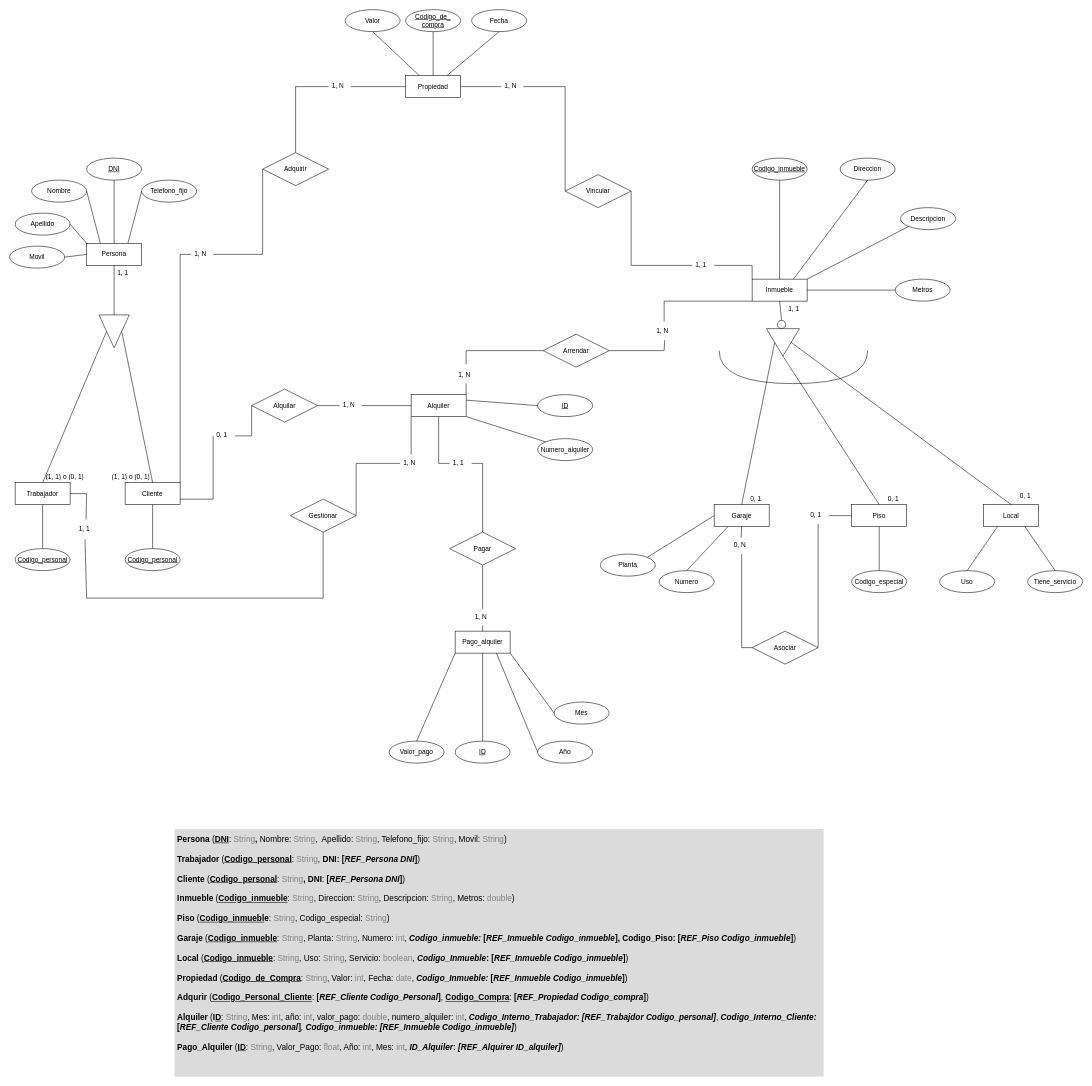
The draw.io diagram Actividad_18_C3_UD12.drawio in jordimall/jmg-tsys-ta12diagramasER-drawio-111023, before the edit. Source tidied: cells renumbered, new cells numbered last; positions are measured from the earlier drawing's top-left corner, leaving out a move shared by most shapes. Both pictures are drawn from the tidied source at 55%, with x=0, y=0 at pixel (9, 9).
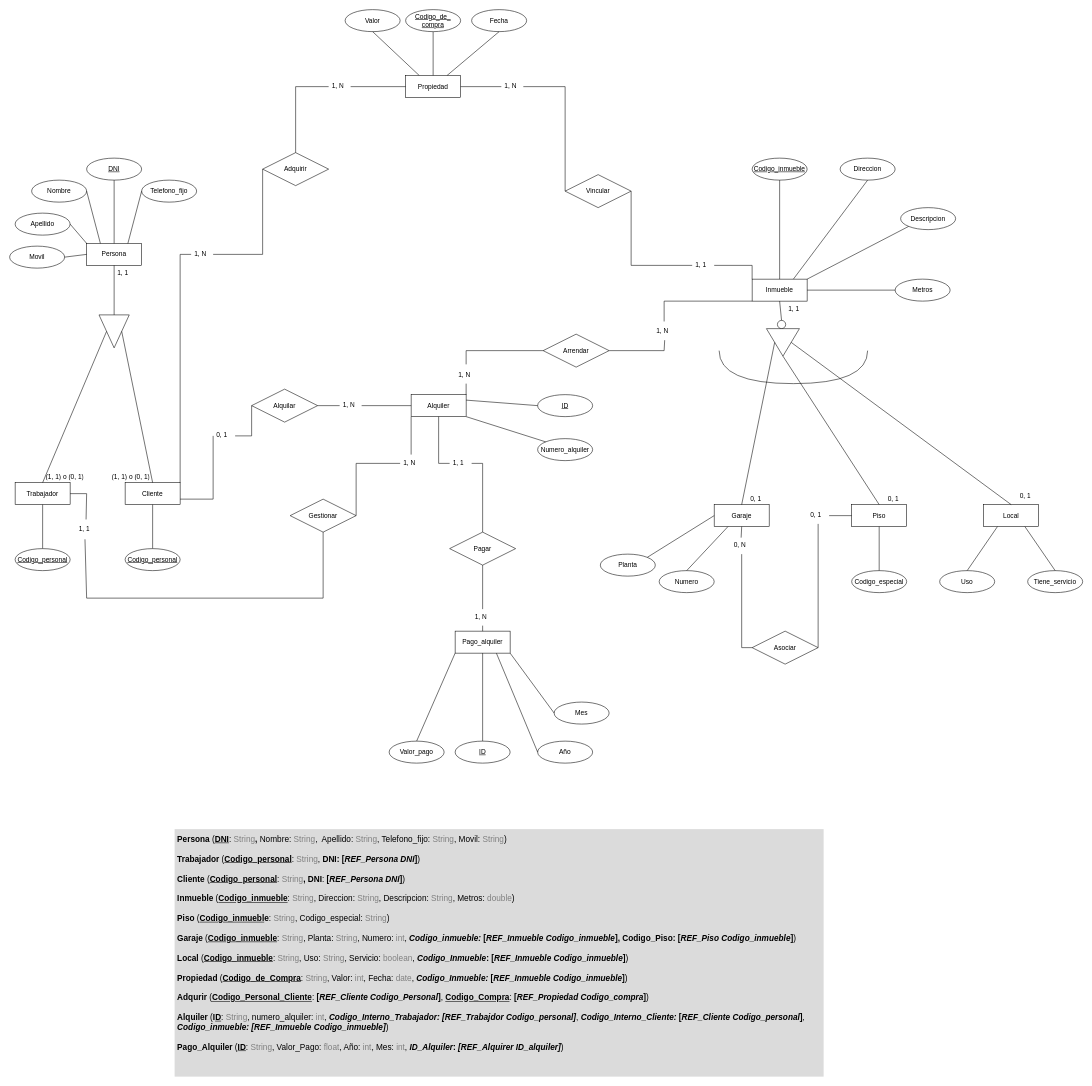
After the change.

Commit message:
Actualizado modelo relacional Alquiler.drawio

Change to the diagram source:
```diff
@@
-    <mxCell id="107" value="&lt;div style=&quot;line-height: 120%;&quot;&gt;&lt;font style=&quot;font-size: 15px;&quot;&gt;&lt;b&gt;Persona &lt;/b&gt;(&lt;u style=&quot;font-weight: bold;&quot;&gt;DNI&lt;/u&gt;:&lt;b&gt;&amp;nbsp;&lt;/b&gt;&lt;/font&gt;&lt;font style=&quot;font-size: 15px;&quot;&gt;&lt;font color=&quot;#808080&quot;&gt;String&lt;/font&gt;&lt;b&gt;,&lt;/b&gt; Nombre:&amp;nbsp;&lt;/font&gt;&lt;font color=&quot;#808080&quot;&gt;String&lt;/font&gt;&lt;font style=&quot;font-size: 15px;&quot;&gt;,&amp;nbsp; Apellido:&amp;nbsp;&lt;/font&gt;&lt;font style=&quot;font-size: 15px;&quot;&gt;&lt;font color=&quot;#808080&quot;&gt;String&lt;/font&gt;, Telefono_fijo:&amp;nbsp;&lt;/font&gt;&lt;font color=&quot;#808080&quot;&gt;String&lt;/font&gt;&lt;font style=&quot;font-size: 15px;&quot;&gt;, Movil:&amp;nbsp;&lt;/font&gt;&lt;font color=&quot;#808080&quot;&gt;String&lt;/font&gt;&lt;span style=&quot;background-color: rgb(219, 219, 219);&quot;&gt;&lt;font style=&quot;font-size: 15px;&quot;&gt;)&lt;/font&gt;&lt;/span&gt;&lt;/div&gt;&lt;div style=&quot;line-height: 120%;&quot;&gt;&lt;span style=&quot;background-color: rgb(219, 219, 219);&quot;&gt;&lt;font style=&quot;font-size: 15px;&quot;&gt;&lt;br&gt;&lt;/font&gt;&lt;/span&gt;&lt;/div&gt;&lt;div style=&quot;line-height: 120%;&quot;&gt;&lt;font style=&quot;font-size: 15px;&quot;&gt;&lt;b&gt;Trabajador &lt;/b&gt;(&lt;u&gt;&lt;b&gt;Codigo_personal&lt;/b&gt;&lt;/u&gt;: &lt;font style=&quot;&quot; color=&quot;#808080&quot;&gt;String&lt;/font&gt;, &lt;b&gt;DNI: [&lt;i&gt;REF_Persona DNI&lt;/i&gt;]&lt;/b&gt;)&lt;/font&gt;&lt;/div&gt;&lt;div style=&quot;line-height: 120%;&quot;&gt;&lt;font style=&quot;font-size: 15px;&quot;&gt;&lt;br&gt;&lt;/font&gt;&lt;/div&gt;&lt;div style=&quot;line-height: 120%;&quot;&gt;&lt;font style=&quot;font-size: 15px;&quot;&gt;&lt;b&gt;Cliente &lt;/b&gt;(&lt;/font&gt;&lt;font style=&quot;font-size: 15px;&quot;&gt;&lt;u style=&quot;font-weight: bold;&quot;&gt;Codigo_personal&lt;/u&gt;:&lt;b&gt;&amp;nbsp;&lt;/b&gt;&lt;/font&gt;&lt;font color=&quot;#808080&quot;&gt;String&lt;/font&gt;&lt;font style=&quot;font-size: 15px;&quot;&gt;&lt;b&gt;,&lt;/b&gt;&amp;nbsp;&lt;b&gt;DNI&lt;/b&gt;:&amp;nbsp;&lt;/font&gt;&lt;b&gt;[&lt;i&gt;REF_Persona DNI&lt;/i&gt;]&lt;/b&gt;&lt;span style=&quot;background-color: rgb(219, 219, 219);&quot;&gt;&lt;font style=&quot;font-size: 15px;&quot;&gt;)&lt;/font&gt;&lt;/span&gt;&lt;/div&gt;&lt;div style=&quot;line-height: 120%;&quot;&gt;&lt;span style=&quot;background-color: rgb(219, 219, 219);&quot;&gt;&lt;font style=&quot;font-size: 15px;&quot;&gt;&lt;br&gt;&lt;/font&gt;&lt;/span&gt;&lt;/div&gt;&lt;div style=&quot;line-height: 120%;&quot;&gt;&lt;font style=&quot;font-size: 15px;&quot;&gt;&lt;b&gt;Inmueble &lt;/b&gt;(&lt;u style=&quot;font-weight: bold;&quot;&gt;Codigo_inmueble&lt;/u&gt;:&amp;nbsp;&lt;/font&gt;&lt;font color=&quot;#808080&quot;&gt;String&lt;/font&gt;&lt;font style=&quot;font-size: 15px;&quot;&gt;, Direccion:&amp;nbsp;&lt;/font&gt;&lt;font color=&quot;#808080&quot;&gt;String&lt;/font&gt;&lt;font style=&quot;font-size: 15px;&quot;&gt;, Descripcion:&amp;nbsp;&lt;/font&gt;&lt;font color=&quot;#808080&quot;&gt;String&lt;/font&gt;&lt;span style=&quot;background-color: rgb(219, 219, 219);&quot;&gt;&lt;font style=&quot;font-size: 15px;&quot;&gt;, Metros: &lt;font color=&quot;#808080&quot;&gt;double&lt;/font&gt;)&lt;/font&gt;&lt;/span&gt;&lt;/div&gt;&lt;div style=&quot;line-height: 120%;&quot;&gt;&lt;span style=&quot;background-color: rgb(219, 219, 219);&quot;&gt;&lt;font style=&quot;font-size: 15px;&quot;&gt;&lt;br&gt;&lt;/font&gt;&lt;/span&gt;&lt;/div&gt;&lt;div style=&quot;line-height: 120%;&quot;&gt;&lt;font style=&quot;font-size: 15px;&quot;&gt;&lt;b&gt;Piso &lt;/b&gt;(&lt;u style=&quot;font-weight: bold;&quot;&gt;Codigo_inmuebl&lt;/u&gt;&lt;b&gt;e&lt;/b&gt;:&lt;b&gt;&amp;nbsp;&lt;/b&gt;&lt;/font&gt;&lt;font style=&quot;&quot; color=&quot;#808080&quot;&gt;String&lt;/font&gt;&lt;font style=&quot;font-size: 15px;&quot;&gt;, Codigo_especial:&amp;nbsp;&lt;/font&gt;&lt;font color=&quot;#808080&quot;&gt;String&lt;/font&gt;&lt;span style=&quot;background-color: rgb(219, 219, 219);&quot;&gt;&lt;font style=&quot;font-size: 15px;&quot;&gt;)&lt;/font&gt;&lt;/span&gt;&lt;/div&gt;&lt;div style=&quot;line-height: 120%;&quot;&gt;&lt;span style=&quot;background-color: rgb(219, 219, 219);&quot;&gt;&lt;font style=&quot;font-size: 15px;&quot;&gt;&lt;br&gt;&lt;/font&gt;&lt;/span&gt;&lt;/div&gt;&lt;div style=&quot;line-height: 120%;&quot;&gt;&lt;font style=&quot;font-size: 15px;&quot;&gt;&lt;b&gt;Garaje &lt;/b&gt;(&lt;u style=&quot;font-weight: bold;&quot;&gt;Codigo_inmueble&lt;/u&gt;:&amp;nbsp;&lt;/font&gt;&lt;font style=&quot;&quot; color=&quot;#808080&quot;&gt;String&lt;/font&gt;&lt;font style=&quot;font-size: 15px;&quot;&gt;, Planta:&amp;nbsp;&lt;/font&gt;&lt;font color=&quot;#808080&quot;&gt;String&lt;/font&gt;&lt;font style=&quot;font-size: 15px;&quot;&gt;, Numero: &lt;font color=&quot;#808080&quot;&gt;int&lt;/font&gt;, &lt;i&gt;&lt;b&gt;Codigo_inmueble:&amp;nbsp;&lt;/b&gt;&lt;/i&gt;&lt;/font&gt;&lt;b&gt;[&lt;i&gt;REF_Inmueble Codigo_inmueble&lt;/i&gt;], Codigo_Piso: [&lt;i&gt;REF_Piso Codigo_inmueble&lt;/i&gt;]&lt;/b&gt;&lt;span style=&quot;background-color: rgb(219, 219, 219);&quot;&gt;&lt;font style=&quot;font-size: 15px;&quot;&gt;)&lt;/font&gt;&lt;/span&gt;&lt;/div&gt;&lt;div style=&quot;line-height: 120%;&quot;&gt;&lt;span style=&quot;background-color: rgb(219, 219, 219);&quot;&gt;&lt;font style=&quot;font-size: 15px;&quot;&gt;&lt;br&gt;&lt;/font&gt;&lt;/span&gt;&lt;/div&gt;&lt;div style=&quot;line-height: 120%;&quot;&gt;&lt;font style=&quot;font-size: 15px;&quot;&gt;&lt;b&gt;Local &lt;/b&gt;(&lt;u style=&quot;font-weight: bold;&quot;&gt;Codigo_inmueble&lt;/u&gt;:&amp;nbsp;&lt;/font&gt;&lt;font style=&quot;&quot; color=&quot;#808080&quot;&gt;String&lt;/font&gt;&lt;font style=&quot;font-size: 15px;&quot;&gt;, Uso: &lt;font color=&quot;#808080&quot;&gt;String&lt;/font&gt;, Servicio: &lt;font color=&quot;#808080&quot;&gt;boolean&lt;/font&gt;, &lt;b&gt;&lt;i&gt;Codigo_Inmueble&lt;/i&gt;:&amp;nbsp;&lt;/b&gt;&lt;/font&gt;&lt;b&gt;[&lt;i&gt;REF_Inmueble Codigo_inmueble&lt;/i&gt;]&lt;/b&gt;&lt;span style=&quot;background-color: rgb(219, 219, 219);&quot;&gt;&lt;font style=&quot;font-size: 15px;&quot;&gt;)&amp;nbsp;&lt;/font&gt;&lt;/span&gt;&lt;/div&gt;&lt;div style=&quot;line-height: 120%;&quot;&gt;&lt;span style=&quot;background-color: rgb(219, 219, 219);&quot;&gt;&lt;font style=&quot;font-size: 15px;&quot;&gt;&lt;br&gt;&lt;/font&gt;&lt;/span&gt;&lt;/div&gt;&lt;div style=&quot;line-height: 120%;&quot;&gt;&lt;font style=&quot;font-size: 15px;&quot;&gt;&lt;b&gt;Propiedad &lt;/b&gt;(&lt;b&gt;&lt;u&gt;Codigo_de_Compra&lt;/u&gt;&lt;/b&gt;:&amp;nbsp;&lt;/font&gt;&lt;font style=&quot;&quot; color=&quot;#808080&quot;&gt;String&lt;/font&gt;&lt;font style=&quot;font-size: 15px;&quot;&gt;, Valor: &lt;font color=&quot;#808080&quot;&gt;int&lt;/font&gt;, Fecha: &lt;font color=&quot;#808080&quot;&gt;date&lt;/font&gt;, &lt;i&gt;&lt;b&gt;Codigo_Inmueble:&amp;nbsp;&lt;/b&gt;&lt;/i&gt;&lt;/font&gt;&lt;b&gt;[&lt;i&gt;REF_Inmueble Codigo_inmueble&lt;/i&gt;]&lt;/b&gt;&lt;span style=&quot;background-color: rgb(219, 219, 219);&quot;&gt;&lt;font style=&quot;font-size: 15px;&quot;&gt;)&lt;/font&gt;&lt;/span&gt;&lt;/div&gt;&lt;div style=&quot;line-height: 120%;&quot;&gt;&lt;span style=&quot;background-color: rgb(219, 219, 219);&quot;&gt;&lt;font style=&quot;font-size: 15px;&quot;&gt;&lt;br&gt;&lt;/font&gt;&lt;/span&gt;&lt;/div&gt;&lt;div style=&quot;line-height: 120%;&quot;&gt;&lt;b&gt;Adqurir &lt;/b&gt;(&lt;u style=&quot;font-weight: bold;&quot;&gt;Codigo_Personal_Cliente&lt;/u&gt;: &lt;b&gt;[&lt;i&gt;REF_Cliente Codigo_Personal&lt;/i&gt;]&lt;/b&gt;, &lt;u style=&quot;font-weight: bold;&quot;&gt;Codigo_Compra&lt;/u&gt;: &lt;b&gt;[&lt;i&gt;REF_Propiedad Codigo_compra&lt;/i&gt;]&lt;/b&gt;&lt;span style=&quot;background-color: initial;&quot;&gt;)&lt;/span&gt;&lt;/div&gt;&lt;div style=&quot;line-height: 120%;&quot;&gt;&lt;span style=&quot;background-color: initial;&quot;&gt;&lt;br&gt;&lt;/span&gt;&lt;/div&gt;&lt;div style=&quot;line-height: 120%;&quot;&gt;&lt;font style=&quot;border-color: var(--border-color);&quot;&gt;&lt;b style=&quot;border-color: var(--border-color);&quot;&gt;Alquiler&amp;nbsp;&lt;/b&gt;(&lt;b style=&quot;border-color: var(--border-color);&quot;&gt;I&lt;/b&gt;&lt;u style=&quot;border-color: var(--border-color); font-weight: bold;&quot;&gt;D&lt;/u&gt;:&amp;nbsp;&lt;/font&gt;&lt;span style=&quot;border-color: var(--border-color);&quot;&gt;&lt;font color=&quot;#808080&quot;&gt;String&lt;/font&gt;&lt;/span&gt;&lt;font style=&quot;border-color: var(--border-color);&quot;&gt;, Mes: &lt;font color=&quot;#808080&quot;&gt;int&lt;/font&gt;, año: &lt;font color=&quot;#808080&quot;&gt;int&lt;/font&gt;, valor_pago: &lt;font color=&quot;#808080&quot;&gt;double&lt;/font&gt;, numero_alquiler: &lt;font color=&quot;#808080&quot;&gt;int&lt;/font&gt;,&amp;nbsp;&lt;i style=&quot;border-color: var(--border-color);&quot;&gt;&lt;b&gt;Codigo_Interno_Trabajador: [REF_Trabajdor Codigo_personal]&lt;/b&gt;&lt;/i&gt;&lt;/font&gt;&lt;font style=&quot;border-color: var(--border-color);&quot;&gt;,&amp;nbsp;&lt;b&gt;&lt;i style=&quot;border-color: var(--border-color);&quot;&gt;Codigo_Interno_Cliente: &lt;/i&gt;&lt;span style=&quot;border-color: var(--border-color);&quot;&gt;[&lt;i&gt;REF_Cliente Codigo_personal&lt;/i&gt;]&lt;/span&gt;&lt;/b&gt;&lt;/font&gt;&lt;font style=&quot;border-color: var(--border-color);&quot;&gt;&lt;i style=&quot;border-color: var(--border-color);&quot;&gt;, &lt;b&gt;Codigo_inmueble:&amp;nbsp;&lt;/b&gt;&lt;/i&gt;&lt;/font&gt;&lt;i&gt;&lt;b&gt;[REF_Inmueble Codigo_inmueble]&lt;/b&gt;&lt;/i&gt;&lt;font style=&quot;border-color: var(--border-color);&quot;&gt;)&lt;/font&gt;&lt;span style=&quot;background-color: initial;&quot;&gt;&lt;br&gt;&lt;/span&gt;&lt;/div&gt;&lt;div style=&quot;line-height: 120%;&quot;&gt;&lt;font style=&quot;border-color: var(--border-color);&quot;&gt;&lt;br&gt;&lt;/font&gt;&lt;/div&gt;&lt;div style=&quot;line-height: 120%;&quot;&gt;&lt;font style=&quot;border-color: var(--border-color);&quot;&gt;&lt;b&gt;Pago_Alquiler &lt;/b&gt;(&lt;b&gt;&lt;u&gt;ID&lt;/u&gt;&lt;/b&gt;: &lt;font color=&quot;#808080&quot;&gt;String&lt;/font&gt;, Valor_Pago: &lt;font color=&quot;#808080&quot;&gt;float&lt;/font&gt;, Año: &lt;font color=&quot;#808080&quot;&gt;int&lt;/font&gt;, Mes: &lt;font color=&quot;#808080&quot;&gt;int&lt;/font&gt;, &lt;b&gt;&lt;i&gt;ID_Alquiler&lt;/i&gt;: &lt;i&gt;[REF_Alquirer ID_alquiler&lt;/i&gt;&lt;/b&gt;&lt;/font&gt;&lt;i style=&quot;background-color: initial;&quot;&gt;&lt;b&gt;]&lt;/b&gt;&lt;/i&gt;&lt;span style=&quot;background-color: initial;&quot;&gt;)&lt;/span&gt;&lt;/div&gt;&lt;div style=&quot;line-height: 120%;&quot;&gt;&lt;font style=&quot;border-color: var(--border-color);&quot;&gt;&lt;br&gt;&lt;/font&gt;&lt;/div&gt;" style="text;html=1;strokeColor=none;fillColor=#dbdbdb;align=left;verticalAlign=top;whiteSpace=wrap;rounded=0;fontSize=15;spacing=5;" parent="1" vertex="1">
+    <mxCell id="107" value="&lt;div style=&quot;line-height: 120%;&quot;&gt;&lt;font style=&quot;font-size: 15px;&quot;&gt;&lt;b&gt;Persona &lt;/b&gt;(&lt;u style=&quot;font-weight: bold;&quot;&gt;DNI&lt;/u&gt;:&lt;b&gt;&amp;nbsp;&lt;/b&gt;&lt;/font&gt;&lt;font style=&quot;font-size: 15px;&quot;&gt;&lt;font color=&quot;#808080&quot;&gt;String&lt;/font&gt;&lt;b&gt;,&lt;/b&gt; Nombre:&amp;nbsp;&lt;/font&gt;&lt;font color=&quot;#808080&quot;&gt;String&lt;/font&gt;&lt;font style=&quot;font-size: 15px;&quot;&gt;,&amp;nbsp; Apellido:&amp;nbsp;&lt;/font&gt;&lt;font style=&quot;font-size: 15px;&quot;&gt;&lt;font color=&quot;#808080&quot;&gt;String&lt;/font&gt;, Telefono_fijo:&amp;nbsp;&lt;/font&gt;&lt;font color=&quot;#808080&quot;&gt;String&lt;/font&gt;&lt;font style=&quot;font-size: 15px;&quot;&gt;, Movil:&amp;nbsp;&lt;/font&gt;&lt;font color=&quot;#808080&quot;&gt;String&lt;/font&gt;&lt;span style=&quot;background-color: rgb(219, 219, 219);&quot;&gt;&lt;font style=&quot;font-size: 15px;&quot;&gt;)&lt;/font&gt;&lt;/span&gt;&lt;/div&gt;&lt;div style=&quot;line-height: 120%;&quot;&gt;&lt;span style=&quot;background-color: rgb(219, 219, 219);&quot;&gt;&lt;font style=&quot;font-size: 15px;&quot;&gt;&lt;br&gt;&lt;/font&gt;&lt;/span&gt;&lt;/div&gt;&lt;div style=&quot;line-height: 120%;&quot;&gt;&lt;font style=&quot;font-size: 15px;&quot;&gt;&lt;b&gt;Trabajador &lt;/b&gt;(&lt;u&gt;&lt;b&gt;Codigo_personal&lt;/b&gt;&lt;/u&gt;: &lt;font style=&quot;&quot; color=&quot;#808080&quot;&gt;String&lt;/font&gt;, &lt;b&gt;DNI: [&lt;i&gt;REF_Persona DNI&lt;/i&gt;]&lt;/b&gt;)&lt;/font&gt;&lt;/div&gt;&lt;div style=&quot;line-height: 120%;&quot;&gt;&lt;font style=&quot;font-size: 15px;&quot;&gt;&lt;br&gt;&lt;/font&gt;&lt;/div&gt;&lt;div style=&quot;line-height: 120%;&quot;&gt;&lt;font style=&quot;font-size: 15px;&quot;&gt;&lt;b&gt;Cliente &lt;/b&gt;(&lt;/font&gt;&lt;font style=&quot;font-size: 15px;&quot;&gt;&lt;u style=&quot;font-weight: bold;&quot;&gt;Codigo_personal&lt;/u&gt;:&lt;b&gt;&amp;nbsp;&lt;/b&gt;&lt;/font&gt;&lt;font color=&quot;#808080&quot;&gt;String&lt;/font&gt;&lt;font style=&quot;font-size: 15px;&quot;&gt;&lt;b&gt;,&lt;/b&gt;&amp;nbsp;&lt;b&gt;DNI&lt;/b&gt;:&amp;nbsp;&lt;/font&gt;&lt;b&gt;[&lt;i&gt;REF_Persona DNI&lt;/i&gt;]&lt;/b&gt;&lt;span style=&quot;background-color: rgb(219, 219, 219);&quot;&gt;&lt;font style=&quot;font-size: 15px;&quot;&gt;)&lt;/font&gt;&lt;/span&gt;&lt;/div&gt;&lt;div style=&quot;line-height: 120%;&quot;&gt;&lt;span style=&quot;background-color: rgb(219, 219, 219);&quot;&gt;&lt;font style=&quot;font-size: 15px;&quot;&gt;&lt;br&gt;&lt;/font&gt;&lt;/span&gt;&lt;/div&gt;&lt;div style=&quot;line-height: 120%;&quot;&gt;&lt;font style=&quot;font-size: 15px;&quot;&gt;&lt;b&gt;Inmueble &lt;/b&gt;(&lt;u style=&quot;font-weight: bold;&quot;&gt;Codigo_inmueble&lt;/u&gt;:&amp;nbsp;&lt;/font&gt;&lt;font color=&quot;#808080&quot;&gt;String&lt;/font&gt;&lt;font style=&quot;font-size: 15px;&quot;&gt;, Direccion:&amp;nbsp;&lt;/font&gt;&lt;font color=&quot;#808080&quot;&gt;String&lt;/font&gt;&lt;font style=&quot;font-size: 15px;&quot;&gt;, Descripcion:&amp;nbsp;&lt;/font&gt;&lt;font color=&quot;#808080&quot;&gt;String&lt;/font&gt;&lt;span style=&quot;background-color: rgb(219, 219, 219);&quot;&gt;&lt;font style=&quot;font-size: 15px;&quot;&gt;, Metros: &lt;font color=&quot;#808080&quot;&gt;double&lt;/font&gt;)&lt;/font&gt;&lt;/span&gt;&lt;/div&gt;&lt;div style=&quot;line-height: 120%;&quot;&gt;&lt;span style=&quot;background-color: rgb(219, 219, 219);&quot;&gt;&lt;font style=&quot;font-size: 15px;&quot;&gt;&lt;br&gt;&lt;/font&gt;&lt;/span&gt;&lt;/div&gt;&lt;div style=&quot;line-height: 120%;&quot;&gt;&lt;font style=&quot;font-size: 15px;&quot;&gt;&lt;b&gt;Piso &lt;/b&gt;(&lt;u style=&quot;font-weight: bold;&quot;&gt;Codigo_inmuebl&lt;/u&gt;&lt;b&gt;e&lt;/b&gt;:&lt;b&gt;&amp;nbsp;&lt;/b&gt;&lt;/font&gt;&lt;font style=&quot;&quot; color=&quot;#808080&quot;&gt;String&lt;/font&gt;&lt;font style=&quot;font-size: 15px;&quot;&gt;, Codigo_especial:&amp;nbsp;&lt;/font&gt;&lt;font color=&quot;#808080&quot;&gt;String&lt;/font&gt;&lt;span style=&quot;background-color: rgb(219, 219, 219);&quot;&gt;&lt;font style=&quot;font-size: 15px;&quot;&gt;)&lt;/font&gt;&lt;/span&gt;&lt;/div&gt;&lt;div style=&quot;line-height: 120%;&quot;&gt;&lt;span style=&quot;background-color: rgb(219, 219, 219);&quot;&gt;&lt;font style=&quot;font-size: 15px;&quot;&gt;&lt;br&gt;&lt;/font&gt;&lt;/span&gt;&lt;/div&gt;&lt;div style=&quot;line-height: 120%;&quot;&gt;&lt;font style=&quot;font-size: 15px;&quot;&gt;&lt;b&gt;Garaje &lt;/b&gt;(&lt;u style=&quot;font-weight: bold;&quot;&gt;Codigo_inmueble&lt;/u&gt;:&amp;nbsp;&lt;/font&gt;&lt;font style=&quot;&quot; color=&quot;#808080&quot;&gt;String&lt;/font&gt;&lt;font style=&quot;font-size: 15px;&quot;&gt;, Planta:&amp;nbsp;&lt;/font&gt;&lt;font color=&quot;#808080&quot;&gt;String&lt;/font&gt;&lt;font style=&quot;font-size: 15px;&quot;&gt;, Numero: &lt;font color=&quot;#808080&quot;&gt;int&lt;/font&gt;, &lt;i&gt;&lt;b&gt;Codigo_inmueble:&amp;nbsp;&lt;/b&gt;&lt;/i&gt;&lt;/font&gt;&lt;b&gt;[&lt;i&gt;REF_Inmueble Codigo_inmueble&lt;/i&gt;], Codigo_Piso: [&lt;i&gt;REF_Piso Codigo_inmueble&lt;/i&gt;]&lt;/b&gt;&lt;span style=&quot;background-color: rgb(219, 219, 219);&quot;&gt;&lt;font style=&quot;font-size: 15px;&quot;&gt;)&lt;/font&gt;&lt;/span&gt;&lt;/div&gt;&lt;div style=&quot;line-height: 120%;&quot;&gt;&lt;span style=&quot;background-color: rgb(219, 219, 219);&quot;&gt;&lt;font style=&quot;font-size: 15px;&quot;&gt;&lt;br&gt;&lt;/font&gt;&lt;/span&gt;&lt;/div&gt;&lt;div style=&quot;line-height: 120%;&quot;&gt;&lt;font style=&quot;font-size: 15px;&quot;&gt;&lt;b&gt;Local &lt;/b&gt;(&lt;u style=&quot;font-weight: bold;&quot;&gt;Codigo_inmueble&lt;/u&gt;:&amp;nbsp;&lt;/font&gt;&lt;font style=&quot;&quot; color=&quot;#808080&quot;&gt;String&lt;/font&gt;&lt;font style=&quot;font-size: 15px;&quot;&gt;, Uso: &lt;font color=&quot;#808080&quot;&gt;String&lt;/font&gt;, Servicio: &lt;font color=&quot;#808080&quot;&gt;boolean&lt;/font&gt;, &lt;b&gt;&lt;i&gt;Codigo_Inmueble&lt;/i&gt;:&amp;nbsp;&lt;/b&gt;&lt;/font&gt;&lt;b&gt;[&lt;i&gt;REF_Inmueble Codigo_inmueble&lt;/i&gt;]&lt;/b&gt;&lt;span style=&quot;background-color: rgb(219, 219, 219);&quot;&gt;&lt;font style=&quot;font-size: 15px;&quot;&gt;)&amp;nbsp;&lt;/font&gt;&lt;/span&gt;&lt;/div&gt;&lt;div style=&quot;line-height: 120%;&quot;&gt;&lt;span style=&quot;background-color: rgb(219, 219, 219);&quot;&gt;&lt;font style=&quot;font-size: 15px;&quot;&gt;&lt;br&gt;&lt;/font&gt;&lt;/span&gt;&lt;/div&gt;&lt;div style=&quot;line-height: 120%;&quot;&gt;&lt;font style=&quot;font-size: 15px;&quot;&gt;&lt;b&gt;Propiedad &lt;/b&gt;(&lt;b&gt;&lt;u&gt;Codigo_de_Compra&lt;/u&gt;&lt;/b&gt;:&amp;nbsp;&lt;/font&gt;&lt;font style=&quot;&quot; color=&quot;#808080&quot;&gt;String&lt;/font&gt;&lt;font style=&quot;font-size: 15px;&quot;&gt;, Valor: &lt;font color=&quot;#808080&quot;&gt;int&lt;/font&gt;, Fecha: &lt;font color=&quot;#808080&quot;&gt;date&lt;/font&gt;, &lt;i&gt;&lt;b&gt;Codigo_Inmueble:&amp;nbsp;&lt;/b&gt;&lt;/i&gt;&lt;/font&gt;&lt;b&gt;[&lt;i&gt;REF_Inmueble Codigo_inmueble&lt;/i&gt;]&lt;/b&gt;&lt;span style=&quot;background-color: rgb(219, 219, 219);&quot;&gt;&lt;font style=&quot;font-size: 15px;&quot;&gt;)&lt;/font&gt;&lt;/span&gt;&lt;/div&gt;&lt;div style=&quot;line-height: 120%;&quot;&gt;&lt;span style=&quot;background-color: rgb(219, 219, 219);&quot;&gt;&lt;font style=&quot;font-size: 15px;&quot;&gt;&lt;br&gt;&lt;/font&gt;&lt;/span&gt;&lt;/div&gt;&lt;div style=&quot;line-height: 120%;&quot;&gt;&lt;b&gt;Adqurir &lt;/b&gt;(&lt;u style=&quot;font-weight: bold;&quot;&gt;Codigo_Personal_Cliente&lt;/u&gt;: &lt;b&gt;[&lt;i&gt;REF_Cliente Codigo_Personal&lt;/i&gt;]&lt;/b&gt;, &lt;u style=&quot;font-weight: bold;&quot;&gt;Codigo_Compra&lt;/u&gt;: &lt;b&gt;[&lt;i&gt;REF_Propiedad Codigo_compra&lt;/i&gt;]&lt;/b&gt;&lt;span style=&quot;background-color: initial;&quot;&gt;)&lt;/span&gt;&lt;/div&gt;&lt;div style=&quot;line-height: 120%;&quot;&gt;&lt;span style=&quot;background-color: initial;&quot;&gt;&lt;br&gt;&lt;/span&gt;&lt;/div&gt;&lt;div style=&quot;line-height: 120%;&quot;&gt;&lt;font style=&quot;border-color: var(--border-color);&quot;&gt;&lt;b style=&quot;border-color: var(--border-color);&quot;&gt;Alquiler&amp;nbsp;&lt;/b&gt;(&lt;b style=&quot;border-color: var(--border-color);&quot;&gt;I&lt;/b&gt;&lt;u style=&quot;border-color: var(--border-color); font-weight: bold;&quot;&gt;D&lt;/u&gt;:&amp;nbsp;&lt;/font&gt;&lt;span style=&quot;border-color: var(--border-color);&quot;&gt;&lt;font color=&quot;#808080&quot;&gt;String&lt;/font&gt;&lt;/span&gt;&lt;font style=&quot;border-color: var(--border-color);&quot;&gt;, numero_alquiler: &lt;font color=&quot;#808080&quot;&gt;int&lt;/font&gt;,&amp;nbsp;&lt;i style=&quot;border-color: var(--border-color);&quot;&gt;&lt;b&gt;Codigo_Interno_Trabajador: [REF_Trabajdor Codigo_personal]&lt;/b&gt;&lt;/i&gt;&lt;/font&gt;&lt;font style=&quot;border-color: var(--border-color);&quot;&gt;,&amp;nbsp;&lt;b&gt;&lt;i style=&quot;border-color: var(--border-color);&quot;&gt;Codigo_Interno_Cliente: &lt;/i&gt;&lt;span style=&quot;border-color: var(--border-color);&quot;&gt;[&lt;i&gt;REF_Cliente Codigo_personal&lt;/i&gt;]&lt;/span&gt;&lt;/b&gt;&lt;/font&gt;&lt;font style=&quot;border-color: var(--border-color);&quot;&gt;&lt;i style=&quot;border-color: var(--border-color);&quot;&gt;, &lt;b&gt;Codigo_inmueble:&amp;nbsp;&lt;/b&gt;&lt;/i&gt;&lt;/font&gt;&lt;i&gt;&lt;b&gt;[REF_Inmueble Codigo_inmueble]&lt;/b&gt;&lt;/i&gt;&lt;font style=&quot;border-color: var(--border-color);&quot;&gt;)&lt;/font&gt;&lt;span style=&quot;background-color: initial;&quot;&gt;&lt;br&gt;&lt;/span&gt;&lt;/div&gt;&lt;div style=&quot;line-height: 120%;&quot;&gt;&lt;font style=&quot;border-color: var(--border-color);&quot;&gt;&lt;br&gt;&lt;/font&gt;&lt;/div&gt;&lt;div style=&quot;line-height: 120%;&quot;&gt;&lt;font style=&quot;border-color: var(--border-color);&quot;&gt;&lt;b&gt;Pago_Alquiler &lt;/b&gt;(&lt;b&gt;&lt;u&gt;ID&lt;/u&gt;&lt;/b&gt;: &lt;font color=&quot;#808080&quot;&gt;String&lt;/font&gt;, Valor_Pago: &lt;font color=&quot;#808080&quot;&gt;float&lt;/font&gt;, Año: &lt;font color=&quot;#808080&quot;&gt;int&lt;/font&gt;, Mes: &lt;font color=&quot;#808080&quot;&gt;int&lt;/font&gt;, &lt;b&gt;&lt;i&gt;ID_Alquiler&lt;/i&gt;: &lt;i&gt;[REF_Alquirer ID_alquiler&lt;/i&gt;&lt;/b&gt;&lt;/font&gt;&lt;i style=&quot;background-color: initial;&quot;&gt;&lt;b&gt;]&lt;/b&gt;&lt;/i&gt;&lt;span style=&quot;background-color: initial;&quot;&gt;)&lt;/span&gt;&lt;/div&gt;&lt;div style=&quot;line-height: 120%;&quot;&gt;&lt;font style=&quot;border-color: var(--border-color);&quot;&gt;&lt;br&gt;&lt;/font&gt;&lt;/div&gt;" style="text;html=1;strokeColor=none;fillColor=#dbdbdb;align=left;verticalAlign=top;whiteSpace=wrap;rounded=0;fontSize=15;spacing=5;" parent="1" vertex="1">
       <mxGeometry x="300" y="1490" width="1180" height="450" as="geometry" />
     </mxCell>
```
